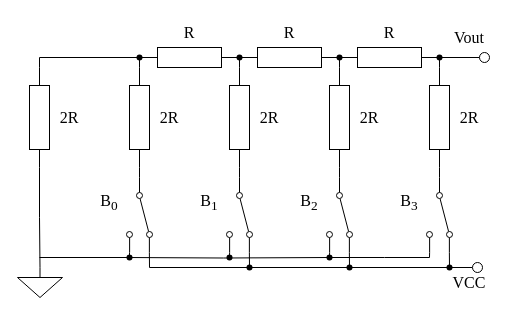
Earlier version of the draw.io diagram R-2R_DAC.drawio (qaz741wsd856/drawi.io). Source tidied: cells renumbered, new cells numbered last; positions are measured from the earlier drawing's top-left corner, leaving out a move shared by most shapes. Both pictures are drawn from the tidied source at 100%, with x=0, y=0 at pixel (-11, 17).
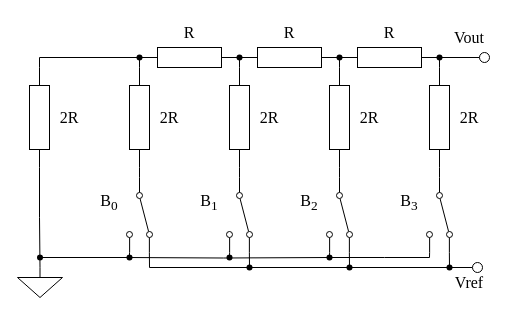
The same page after the edit.

The change refers to these unchanged cells:
```xml
<mxCell id="54" style="shape=waypoint;sketch=0;fillStyle=solid;size=6;points=[];fillColor=none;perimeter=centerPerimeter;snapToPoint=1;fontFamily=Helvetica;fontSize=11;fontColor=default;labelBackgroundColor=default;" parent="1" vertex="1">
  <mxGeometry x="130" y="230" width="20" height="20" as="geometry" />
</mxCell>
```

Diff of the diagram source:
```diff
@@
-    <mxCell id="16" style="edgeStyle=orthogonalEdgeStyle;shape=connector;rounded=0;jettySize=auto;html=1;exitDx=0;exitDy=0;strokeColor=default;align=center;verticalAlign=middle;fontFamily=Helvetica;fontSize=11;fontColor=default;labelBackgroundColor=default;startFill=0;endArrow=none;" parent="1" edge="1" source="54">
+    <mxCell id="16" style="edgeStyle=orthogonalEdgeStyle;shape=connector;rounded=0;jettySize=auto;html=1;exitDx=0;exitDy=0;strokeColor=default;align=center;verticalAlign=middle;fontFamily=Helvetica;fontSize=11;fontColor=default;labelBackgroundColor=default;startFill=0;endArrow=none;" parent="1" edge="1" source="71">
       <mxGeometry relative="1" as="geometry">
         <mxPoint x="50" y="240" as="targetPoint" />
         <Array as="points">
           <mxPoint x="50" y="240" />
         </Array>
       </mxGeometry>
     </mxCell>
@@
-    <mxCell id="45" value="&lt;font face=&quot;Times New Roman&quot; style=&quot;font-size: 16px;&quot;&gt;VCC&lt;/font&gt;" style="text;html=1;align=center;verticalAlign=middle;whiteSpace=wrap;rounded=0;" parent="1" vertex="1">
+    <mxCell id="45" value="&lt;font face=&quot;Times New Roman&quot; style=&quot;font-size: 16px;&quot;&gt;Vref&lt;/font&gt;" style="text;html=1;align=center;verticalAlign=middle;whiteSpace=wrap;rounded=0;" parent="1" vertex="1">
       <mxGeometry x="450" y="250" width="60" height="30" as="geometry" />
     </mxCell>
@@
+    <mxCell id="70" style="edgeStyle=orthogonalEdgeStyle;shape=connector;rounded=0;jettySize=auto;html=1;exitDx=0;exitDy=0;strokeColor=default;align=center;verticalAlign=middle;fontFamily=Helvetica;fontSize=11;fontColor=default;labelBackgroundColor=default;startFill=0;endArrow=none;" parent="1" edge="1" source="54" target="71">
+      <mxGeometry relative="1" as="geometry" />
+    </mxCell>
+    <mxCell id="71" style="shape=waypoint;sketch=0;fillStyle=solid;size=6;points=[];fillColor=none;perimeter=centerPerimeter;snapToPoint=1;fontFamily=Helvetica;fontSize=11;fontColor=default;labelBackgroundColor=default;" parent="1" vertex="1">
+      <mxGeometry x="40.5" y="230" width="20" height="20" as="geometry" />
+    </mxCell>
```
